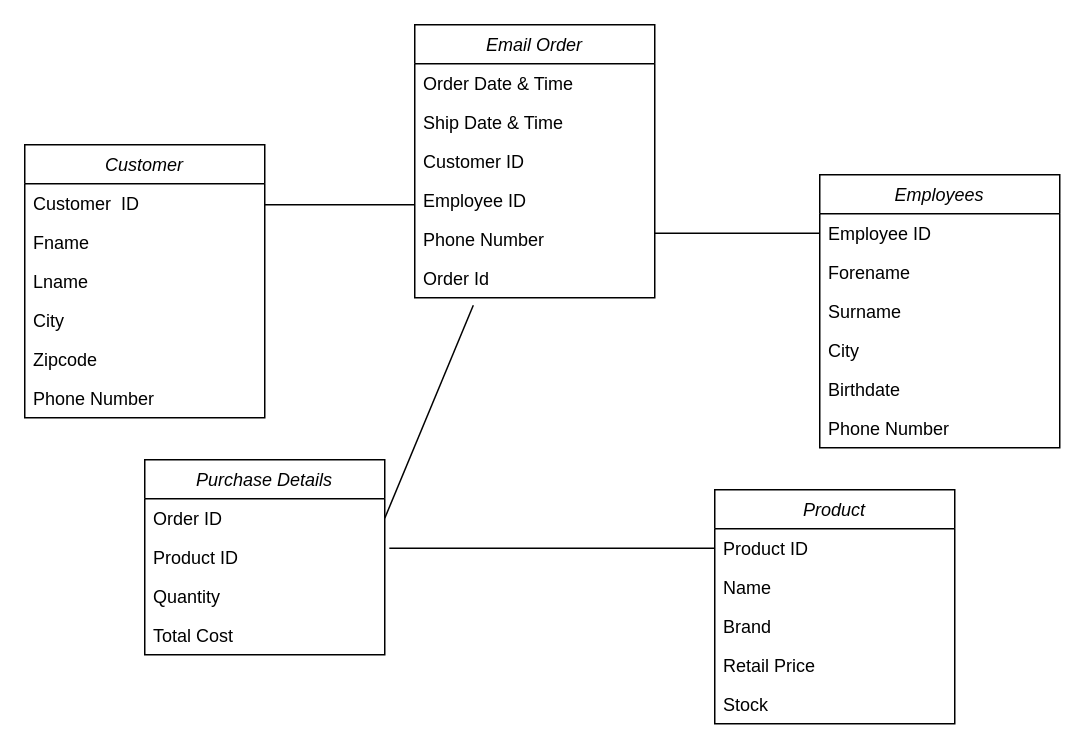
The draw.io diagram Untitled Diagram.drawio in tas00001/SQL, before the edit. Source tidied: cells renumbered, new cells numbered last; positions are measured from the earlier drawing's top-left corner, leaving out a move shared by most shapes. Both pictures are drawn from the tidied source at 150%, with x=0, y=0 at pixel (24, 24).
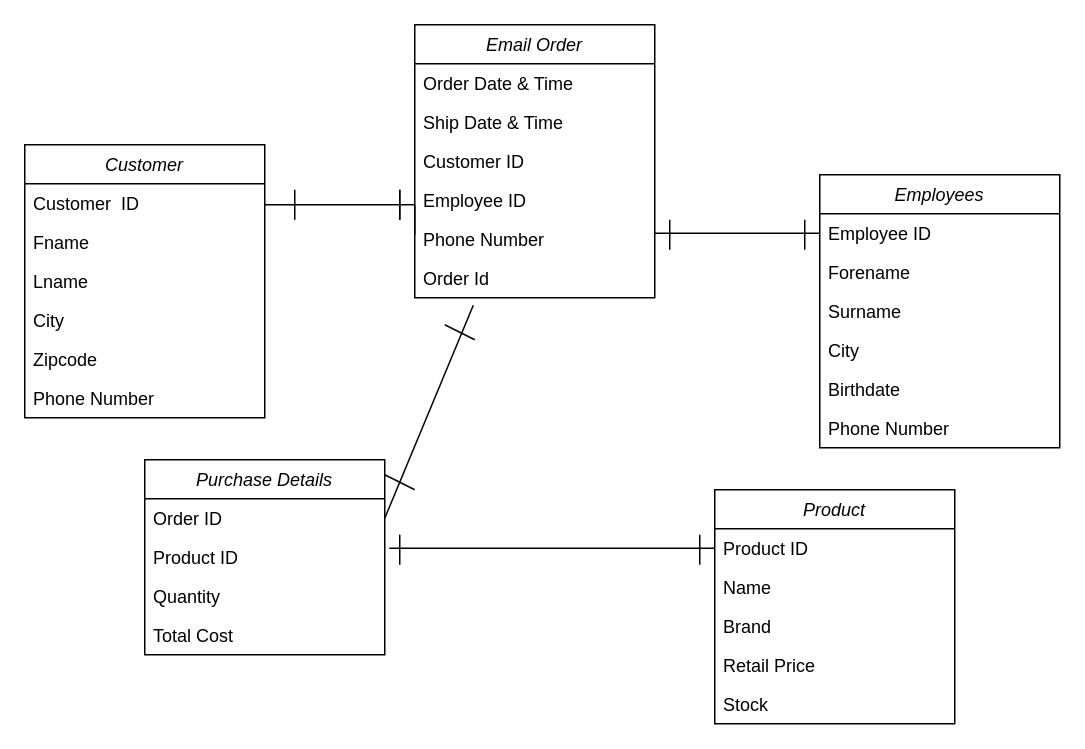
Above is the later version.

Unchanged cells that the change refers to:
```xml
<mxCell id="29" value="Purchase Details" style="swimlane;fontStyle=2;align=center;verticalAlign=top;horizontal=1;startSize=26;rounded=0;shadow=0;strokeWidth=1;" parent="1" vertex="1">
  <mxGeometry x="80" y="290" width="160" height="130" as="geometry" />
</mxCell>
```

Diff of the diagram source:
```diff
@@
+    <mxCell id="38" style="endArrow=none;html=1;rounded=0;" parent="1" edge="1">
+      <mxGeometry relative="1" as="geometry">
+        <mxPoint x="180" y="130" as="sourcePoint" />
+        <mxPoint x="180" y="110" as="targetPoint" />
+      </mxGeometry>
+    </mxCell>
+    <mxCell id="39" style="endArrow=none;html=1;rounded=0;" parent="1" edge="1">
+      <mxGeometry relative="1" as="geometry">
+        <mxPoint x="250" y="130" as="sourcePoint" />
+        <mxPoint x="250" y="110" as="targetPoint" />
+      </mxGeometry>
+    </mxCell>
+    <mxCell id="40" style="endArrow=none;html=1;rounded=0;" parent="1" edge="1">
+      <mxGeometry relative="1" as="geometry">
+        <mxPoint x="250" y="130" as="sourcePoint" />
+        <mxPoint x="250" y="110" as="targetPoint" />
+      </mxGeometry>
+    </mxCell>
+    <mxCell id="41" style="endArrow=none;html=1;rounded=0;" parent="1" edge="1">
+      <mxGeometry relative="1" as="geometry">
+        <mxPoint x="260" y="140" as="sourcePoint" />
+        <mxPoint x="260" y="120" as="targetPoint" />
+      </mxGeometry>
+    </mxCell>
+    <mxCell id="42" style="endArrow=none;html=1;rounded=0;" parent="1" edge="1">
+      <mxGeometry relative="1" as="geometry">
+        <mxPoint x="430" y="150" as="sourcePoint" />
+        <mxPoint x="430" y="130" as="targetPoint" />
+      </mxGeometry>
+    </mxCell>
+    <mxCell id="43" style="endArrow=none;html=1;rounded=0;" parent="1" edge="1">
+      <mxGeometry relative="1" as="geometry">
+        <mxPoint x="520" y="150" as="sourcePoint" />
+        <mxPoint x="520" y="130" as="targetPoint" />
+      </mxGeometry>
+    </mxCell>
+    <mxCell id="44" style="endArrow=none;html=1;rounded=0;" parent="1" edge="1">
+      <mxGeometry relative="1" as="geometry">
+        <mxPoint x="300" y="210" as="sourcePoint" />
+        <mxPoint x="280" y="200" as="targetPoint" />
+      </mxGeometry>
+    </mxCell>
+    <mxCell id="45" style="endArrow=none;html=1;rounded=0;" parent="1" edge="1">
+      <mxGeometry relative="1" as="geometry">
+        <mxPoint x="250" y="360" as="sourcePoint" />
+        <mxPoint x="250" y="340" as="targetPoint" />
+      </mxGeometry>
+    </mxCell>
+    <mxCell id="46" style="endArrow=none;html=1;rounded=0;" parent="1" edge="1">
+      <mxGeometry relative="1" as="geometry">
+        <mxPoint x="450" y="360" as="sourcePoint" />
+        <mxPoint x="450" y="340" as="targetPoint" />
+      </mxGeometry>
+    </mxCell>
+    <mxCell id="47" style="endArrow=none;html=1;rounded=0;entryX=1;entryY=0.077;entryDx=0;entryDy=0;entryPerimeter=0;" parent="1" edge="1" target="29">
+      <mxGeometry relative="1" as="geometry">
+        <mxPoint x="260" y="310" as="sourcePoint" />
+      </mxGeometry>
+    </mxCell>
```
